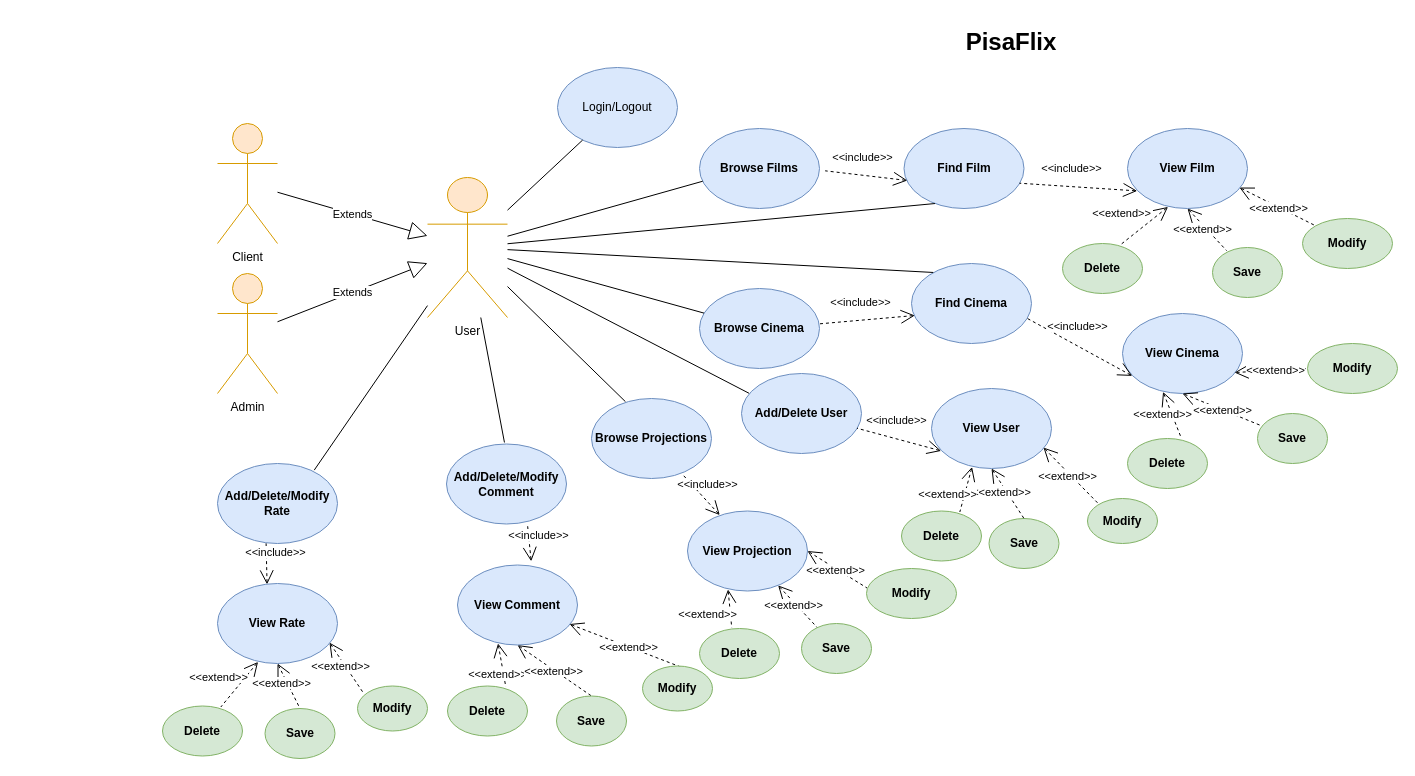
Earlier version of the draw.io diagram Task1/Use Case.drawio (unipi-fr/LargeScaleMultiStructureDatabases). Source tidied: cells renumbered, new cells numbered last; positions are measured from the earlier drawing's top-left corner, leaving out a move shared by most shapes. Both pictures are drawn from the tidied source at 100%, with x=0, y=0 at pixel (162, 17).
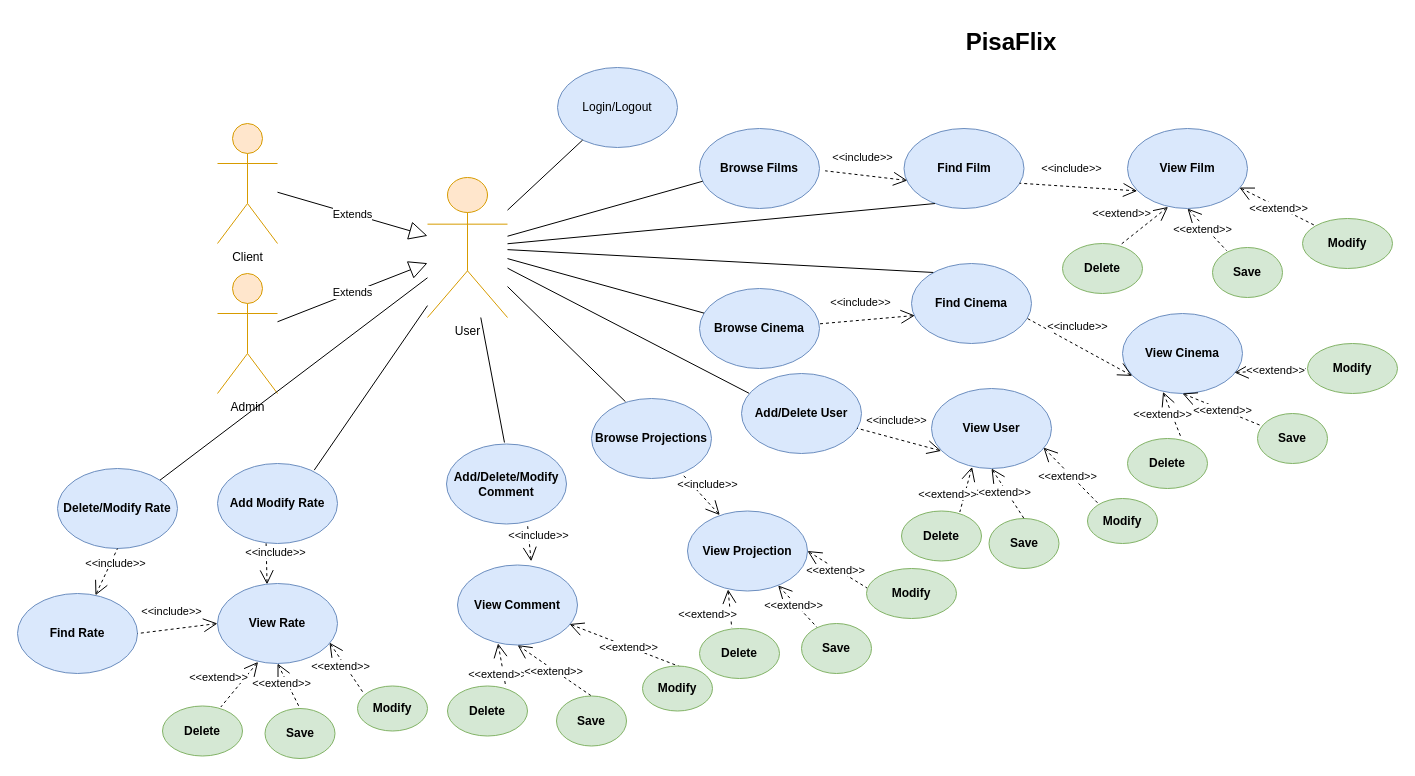
The same page after the edit.

Unchanged cells that the change refers to:
```xml
<mxCell id="2" value="User" style="shape=umlActor;verticalLabelPosition=bottom;labelBackgroundColor=#ffffff;verticalAlign=top;html=1;outlineConnect=0;fillColor=#ffe6cc;strokeColor=#d79b00;" parent="1" vertex="1">
  <mxGeometry x="265" y="160" width="80" height="140" as="geometry" />
</mxCell>
<mxCell id="62" value="View Rate" style="ellipse;whiteSpace=wrap;html=1;fontStyle=1;fillColor=#dae8fc;strokeColor=#6c8ebf;" parent="1" vertex="1">
  <mxGeometry x="55" y="566" width="120" height="80" as="geometry" />
</mxCell>
```

Diff of the diagram source:
```diff
@@
-    <mxCell id="61" value="Add/Delete/Modify Rate" style="ellipse;whiteSpace=wrap;html=1;fontStyle=1;fillColor=#dae8fc;strokeColor=#6c8ebf;" parent="1" vertex="1">
+    <mxCell id="61" value="Add Modify Rate" style="ellipse;whiteSpace=wrap;html=1;fontStyle=1;fillColor=#dae8fc;strokeColor=#6c8ebf;" parent="1" vertex="1">
       <mxGeometry x="55" y="446" width="120" height="80" as="geometry" />
     </mxCell>
@@
+    <mxCell id="76" value="Find Rate" style="ellipse;whiteSpace=wrap;html=1;fontStyle=1;fillColor=#dae8fc;strokeColor=#6c8ebf;" parent="1" vertex="1">
+      <mxGeometry x="-145" y="576" width="120" height="80" as="geometry" />
+    </mxCell>
+    <mxCell id="77" value="Delete/Modify Rate" style="ellipse;whiteSpace=wrap;html=1;fontStyle=1;fillColor=#dae8fc;strokeColor=#6c8ebf;" parent="1" vertex="1">
+      <mxGeometry x="-105" y="451" width="120" height="80" as="geometry" />
+    </mxCell>
+    <mxCell id="78" style="endArrow=none;html=1;entryX=1;entryY=0;entryDx=0;entryDy=0;" parent="1" edge="1" source="2" target="77">
+      <mxGeometry relative="1" as="geometry" />
+    </mxCell>
+    <mxCell id="79" value="&lt;span style=&quot;background-color: rgb(255 , 255 , 255)&quot;&gt;&amp;lt;&amp;lt;include&amp;gt;&amp;gt;&lt;/span&gt;" style="edgeStyle=none;html=1;startArrow=open;endArrow=none;startSize=12;verticalAlign=bottom;dashed=1;labelBackgroundColor=none;entryX=0.5;entryY=1;entryDx=0;entryDy=0;" parent="1" edge="1" source="76" target="77">
+      <mxGeometry x="0.12" y="-9" relative="1" as="geometry" />
+    </mxCell>
+    <mxCell id="80" value="&lt;span style=&quot;background-color: rgb(255 , 255 , 255)&quot;&gt;&amp;lt;&amp;lt;include&amp;gt;&amp;gt;&lt;/span&gt;" style="edgeStyle=none;html=1;startArrow=open;endArrow=none;startSize=12;verticalAlign=bottom;dashed=1;labelBackgroundColor=none;entryX=1;entryY=0.5;entryDx=0;entryDy=0;exitX=0;exitY=0.5;exitDx=0;exitDy=0;" parent="1" edge="1" source="62" target="76">
+      <mxGeometry x="0.12" y="-9" relative="1" as="geometry" />
+    </mxCell>
```
